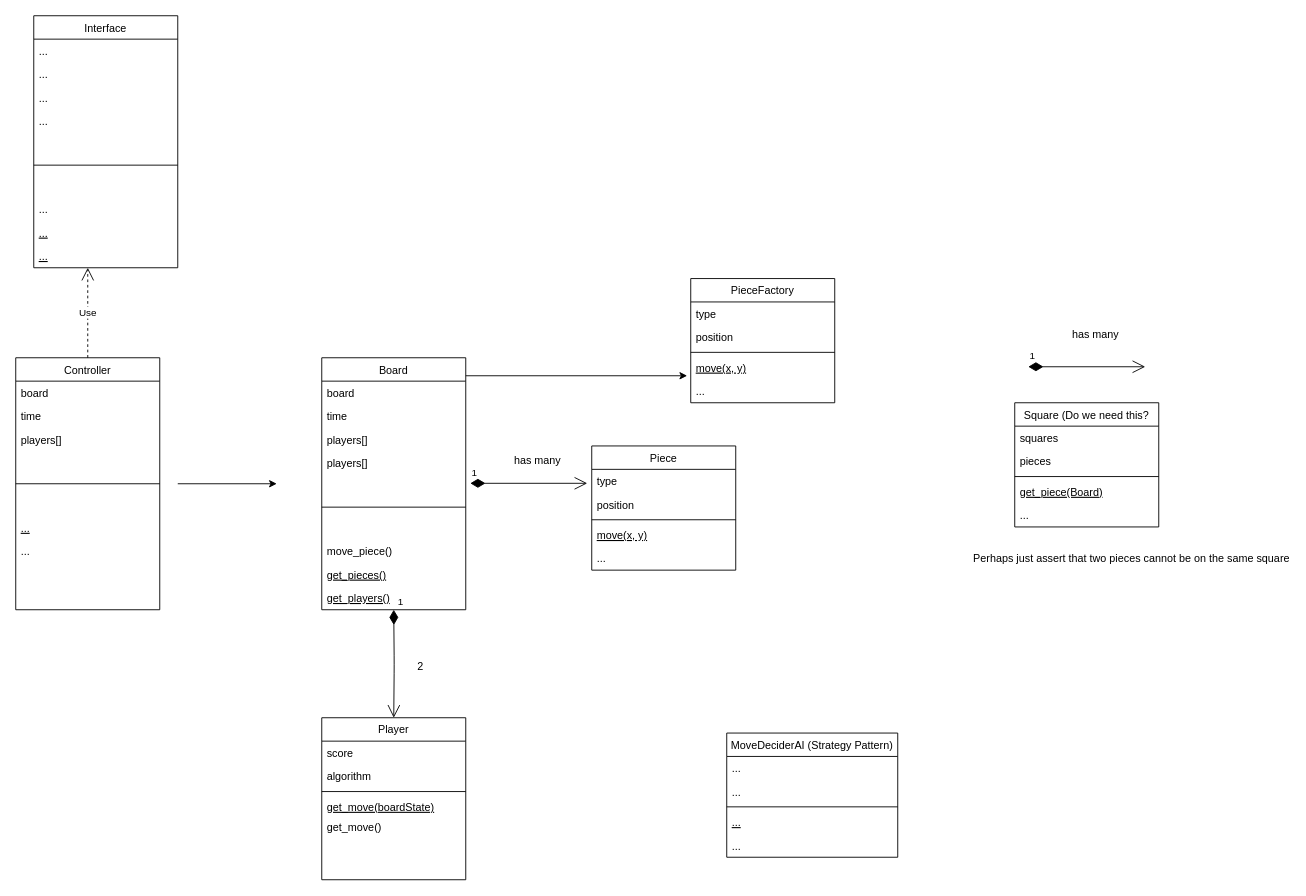
Earlier version of the draw.io diagram design/design.drawio (lachieggg/PythonChess). Source tidied: cells renumbered, new cells numbered last; positions are measured from the earlier drawing's top-left corner, leaving out a move shared by most shapes. Both pictures are drawn from the tidied source at 90%, with x=0, y=0 at pixel (15, 15).
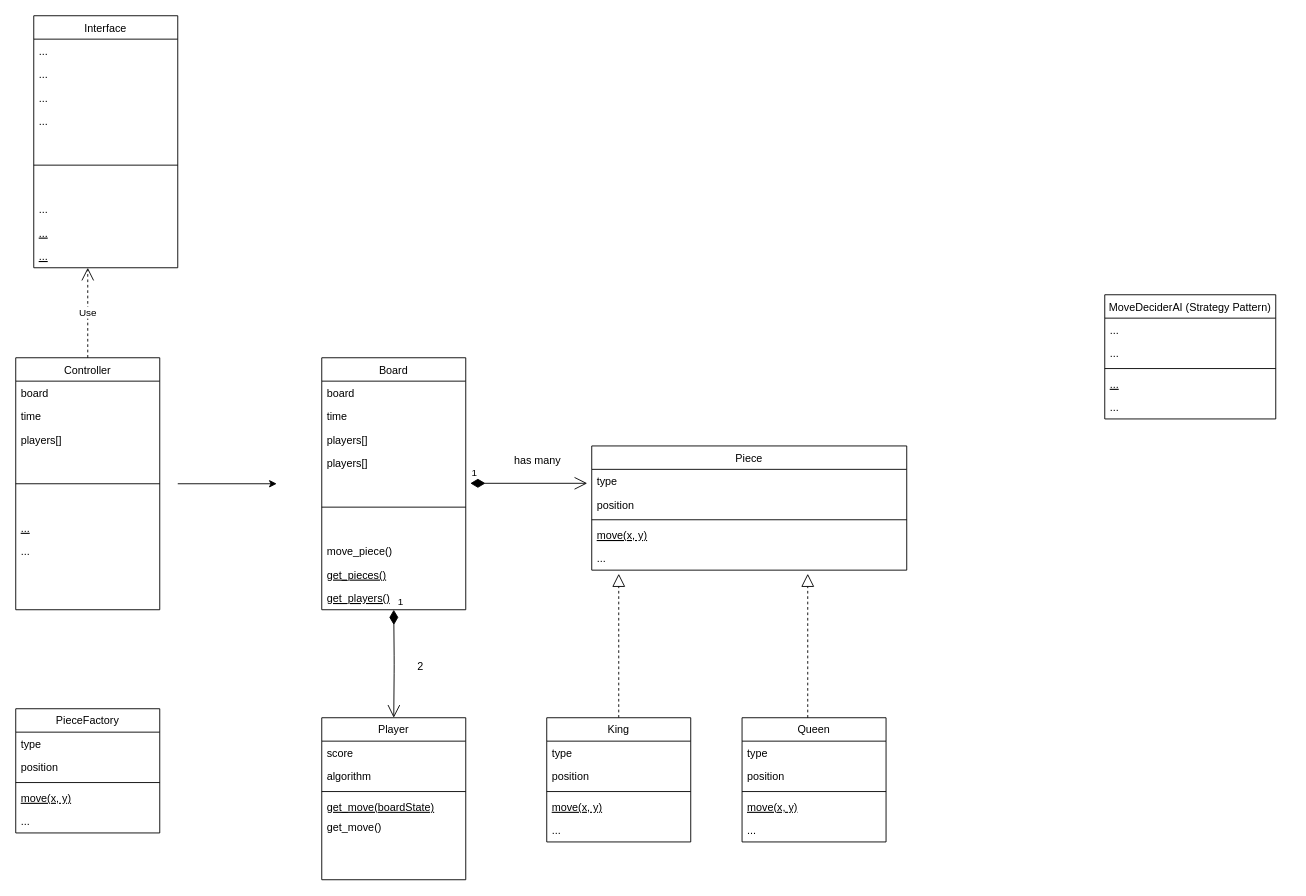
Above is the later version.

Commit message:
Modified design documents

Unchanged cells that the change refers to:
```xml
<mxCell id="65" value="..." style="text;align=left;verticalAlign=top;spacingLeft=4;spacingRight=4;overflow=hidden;points=[[0,0.5],[1,0.5]];portConstraint=eastwest;" parent="60" vertex="1">
  <mxGeometry y="112" width="160" height="26" as="geometry" />
</mxCell>
```

The edit, as a diff of the source:
```diff
@@
     <mxCell id="2" value="Piece" style="swimlane;fontStyle=0;align=center;verticalAlign=top;horizontal=1;startSize=26;rounded=0;shadow=0;strokeWidth=1;" parent="1" vertex="1">
-      <mxGeometry x="640" y="478" width="160" height="138" as="geometry" />
+      <mxGeometry x="640" y="478" width="350" height="138" as="geometry" />
     </mxCell>
     <mxCell id="3" value="type" style="text;align=left;verticalAlign=top;spacingLeft=4;spacingRight=4;overflow=hidden;" parent="2" vertex="1">
-      <mxGeometry y="26" width="160" height="26" as="geometry" />
+      <mxGeometry y="26" width="350" height="26" as="geometry" />
     </mxCell>
     <mxCell id="4" value="position" style="text;align=left;verticalAlign=top;spacingLeft=4;spacingRight=4;overflow=hidden;rounded=0;shadow=0;html=0;" parent="2" vertex="1">
-      <mxGeometry y="52" width="160" height="26" as="geometry" />
+      <mxGeometry y="52" width="350" height="26" as="geometry" />
     </mxCell>
     <mxCell id="5" style="line;html=1;strokeWidth=1;align=left;verticalAlign=middle;spacingTop=-1;spacingLeft=3;spacingRight=3;labelPosition=right;" parent="2" vertex="1">
-      <mxGeometry y="78" width="160" height="8" as="geometry" />
+      <mxGeometry y="78" width="350" height="8" as="geometry" />
     </mxCell>
     <mxCell id="6" value="move(x, y)" style="text;align=left;verticalAlign=top;spacingLeft=4;spacingRight=4;overflow=hidden;fontStyle=4;" parent="2" vertex="1">
-      <mxGeometry y="86" width="160" height="26" as="geometry" />
+      <mxGeometry y="86" width="350" height="26" as="geometry" />
     </mxCell>
     <mxCell id="7" value="..." style="text;align=left;verticalAlign=top;spacingLeft=4;spacingRight=4;overflow=hidden;" parent="2" vertex="1">
-      <mxGeometry y="112" width="160" height="26" as="geometry" />
+      <mxGeometry y="112" width="350" height="26" as="geometry" />
     </mxCell>
     <mxCell id="8" value="MoveDeciderAI (Strategy Pattern)" style="swimlane;fontStyle=0;align=center;verticalAlign=top;horizontal=1;startSize=26;rounded=0;shadow=0;strokeWidth=1;" parent="1" vertex="1">
-      <mxGeometry x="790" y="797" width="190" height="138" as="geometry" />
+      <mxGeometry x="1210" y="310" width="190" height="138" as="geometry" />
     </mxCell>
@@
-    <mxCell id="29" value="has many" style="text;align=center;fontStyle=0;verticalAlign=middle;spacingLeft=3;spacingRight=3;strokeColor=none;" parent="1" vertex="1">
-      <mxGeometry x="1160" y="340" width="80" height="26" as="geometry" />
-    </mxCell>
@@
-    <mxCell id="31" value="1" style="endArrow=open;html=1;endSize=12;startArrow=diamondThin;startSize=14;startFill=1;edgeStyle=orthogonalEdgeStyle;align=left;verticalAlign=bottom;entryX=0;entryY=0.5;entryDx=0;entryDy=0;" parent="1" edge="1">
-      <mxGeometry x="-1" y="3" relative="1" as="geometry">
-        <mxPoint x="1125" y="390" as="sourcePoint" />
-        <mxPoint x="1255" y="390" as="targetPoint" />
-      </mxGeometry>
-    </mxCell>
@@
-    <mxCell id="33" value="Square (Do we need this?" style="swimlane;fontStyle=0;align=center;verticalAlign=top;horizontal=1;startSize=26;rounded=0;shadow=0;strokeWidth=1;" parent="1" vertex="1">
-      <mxGeometry x="1110" y="430" width="160" height="138" as="geometry" />
-    </mxCell>
-    <mxCell id="34" value="squares" style="text;align=left;verticalAlign=top;spacingLeft=4;spacingRight=4;overflow=hidden;" parent="33" vertex="1">
-      <mxGeometry y="26" width="160" height="26" as="geometry" />
-    </mxCell>
-    <mxCell id="35" value="pieces" style="text;align=left;verticalAlign=top;spacingLeft=4;spacingRight=4;overflow=hidden;rounded=0;shadow=0;html=0;" parent="33" vertex="1">
-      <mxGeometry y="52" width="160" height="26" as="geometry" />
-    </mxCell>
-    <mxCell id="36" style="line;html=1;strokeWidth=1;align=left;verticalAlign=middle;spacingTop=-1;spacingLeft=3;spacingRight=3;labelPosition=right;" parent="33" vertex="1">
-      <mxGeometry y="78" width="160" height="8" as="geometry" />
-    </mxCell>
-    <mxCell id="37" value="get_piece(Board)" style="text;align=left;verticalAlign=top;spacingLeft=4;spacingRight=4;overflow=hidden;fontStyle=4;" parent="33" vertex="1">
-      <mxGeometry y="86" width="160" height="26" as="geometry" />
-    </mxCell>
-    <mxCell id="38" value="..." style="text;align=left;verticalAlign=top;spacingLeft=4;spacingRight=4;overflow=hidden;" parent="33" vertex="1">
-      <mxGeometry y="112" width="160" height="26" as="geometry" />
-    </mxCell>
@@
-    <mxCell id="49" value="Perhaps just assert that two pieces cannot be on the same square" style="text;align=center;fontStyle=0;verticalAlign=middle;spacingLeft=3;spacingRight=3;strokeColor=none;" parent="1" vertex="1">
-      <mxGeometry x="1200" y="590" width="80" height="26" as="geometry" />
-    </mxCell>
@@
     <mxCell id="60" value="PieceFactory" style="swimlane;fontStyle=0;align=center;verticalAlign=top;horizontal=1;startSize=26;rounded=0;shadow=0;strokeWidth=1;" parent="1" vertex="1">
-      <mxGeometry x="750" y="292" width="160" height="138" as="geometry" />
+      <mxGeometry y="770" width="160" height="138" as="geometry" />
     </mxCell>
@@
-    <mxCell id="66" style="endArrow=classic;html=1;entryX=-0.025;entryY=-0.154;entryDx=0;entryDy=0;entryPerimeter=0;" parent="1" edge="1" target="65">
-      <mxGeometry relative="1" as="geometry">
-        <mxPoint x="500" y="400" as="sourcePoint" />
-      </mxGeometry>
-    </mxCell>
+    <mxCell id="67" style="endArrow=block;dashed=1;endFill=0;endSize=12;html=1;" parent="1" edge="1">
+      <mxGeometry relative="1" as="geometry">
+        <mxPoint x="670" y="780" as="sourcePoint" />
+        <mxPoint x="670" y="620" as="targetPoint" />
+      </mxGeometry>
+    </mxCell>
+    <mxCell id="68" value="King" style="swimlane;fontStyle=0;align=center;verticalAlign=top;horizontal=1;startSize=26;rounded=0;shadow=0;strokeWidth=1;" parent="1" vertex="1">
+      <mxGeometry x="590" y="780" width="160" height="138" as="geometry" />
+    </mxCell>
+    <mxCell id="69" value="type" style="text;align=left;verticalAlign=top;spacingLeft=4;spacingRight=4;overflow=hidden;" parent="68" vertex="1">
+      <mxGeometry y="26" width="160" height="26" as="geometry" />
+    </mxCell>
+    <mxCell id="70" value="position" style="text;align=left;verticalAlign=top;spacingLeft=4;spacingRight=4;overflow=hidden;rounded=0;shadow=0;html=0;" parent="68" vertex="1">
+      <mxGeometry y="52" width="160" height="26" as="geometry" />
+    </mxCell>
+    <mxCell id="71" style="line;html=1;strokeWidth=1;align=left;verticalAlign=middle;spacingTop=-1;spacingLeft=3;spacingRight=3;labelPosition=right;" parent="68" vertex="1">
+      <mxGeometry y="78" width="160" height="8" as="geometry" />
+    </mxCell>
+    <mxCell id="72" value="move(x, y)" style="text;align=left;verticalAlign=top;spacingLeft=4;spacingRight=4;overflow=hidden;fontStyle=4;" parent="68" vertex="1">
+      <mxGeometry y="86" width="160" height="26" as="geometry" />
+    </mxCell>
+    <mxCell id="73" value="..." style="text;align=left;verticalAlign=top;spacingLeft=4;spacingRight=4;overflow=hidden;" parent="68" vertex="1">
+      <mxGeometry y="112" width="160" height="26" as="geometry" />
+    </mxCell>
+    <mxCell id="74" value="Queen" style="swimlane;fontStyle=0;align=center;verticalAlign=top;horizontal=1;startSize=26;rounded=0;shadow=0;strokeWidth=1;" parent="1" vertex="1">
+      <mxGeometry x="807" y="780" width="160" height="138" as="geometry" />
+    </mxCell>
+    <mxCell id="75" value="type" style="text;align=left;verticalAlign=top;spacingLeft=4;spacingRight=4;overflow=hidden;" parent="74" vertex="1">
+      <mxGeometry y="26" width="160" height="26" as="geometry" />
+    </mxCell>
+    <mxCell id="76" value="position" style="text;align=left;verticalAlign=top;spacingLeft=4;spacingRight=4;overflow=hidden;rounded=0;shadow=0;html=0;" parent="74" vertex="1">
+      <mxGeometry y="52" width="160" height="26" as="geometry" />
+    </mxCell>
+    <mxCell id="77" style="line;html=1;strokeWidth=1;align=left;verticalAlign=middle;spacingTop=-1;spacingLeft=3;spacingRight=3;labelPosition=right;" parent="74" vertex="1">
+      <mxGeometry y="78" width="160" height="8" as="geometry" />
+    </mxCell>
+    <mxCell id="78" value="move(x, y)" style="text;align=left;verticalAlign=top;spacingLeft=4;spacingRight=4;overflow=hidden;fontStyle=4;" parent="74" vertex="1">
+      <mxGeometry y="86" width="160" height="26" as="geometry" />
+    </mxCell>
+    <mxCell id="79" value="..." style="text;align=left;verticalAlign=top;spacingLeft=4;spacingRight=4;overflow=hidden;" parent="74" vertex="1">
+      <mxGeometry y="112" width="160" height="26" as="geometry" />
+    </mxCell>
+    <mxCell id="80" style="endArrow=block;dashed=1;endFill=0;endSize=12;html=1;" parent="1" edge="1">
+      <mxGeometry relative="1" as="geometry">
+        <mxPoint x="880" y="780" as="sourcePoint" />
+        <mxPoint x="880" y="620" as="targetPoint" />
+      </mxGeometry>
+    </mxCell>
```
